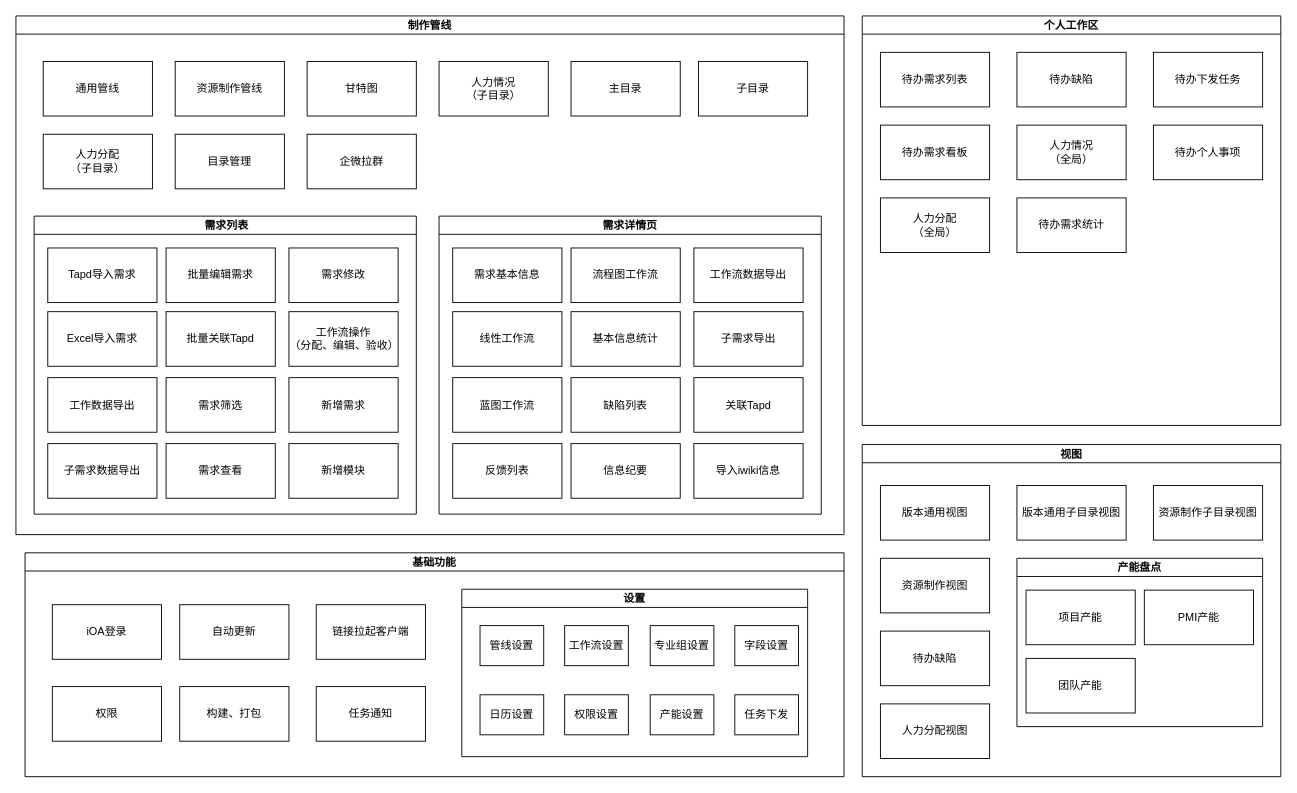
Before: 策行模块.drawio in liliang1213/diagram, a draw.io diagram. Source tidied: cells renumbered, new cells numbered last; positions are measured from the earlier drawing's top-left corner, leaving out a move shared by most shapes. Both pictures are drawn from the tidied source at 91%, with x=0, y=0 at pixel (15, 15).
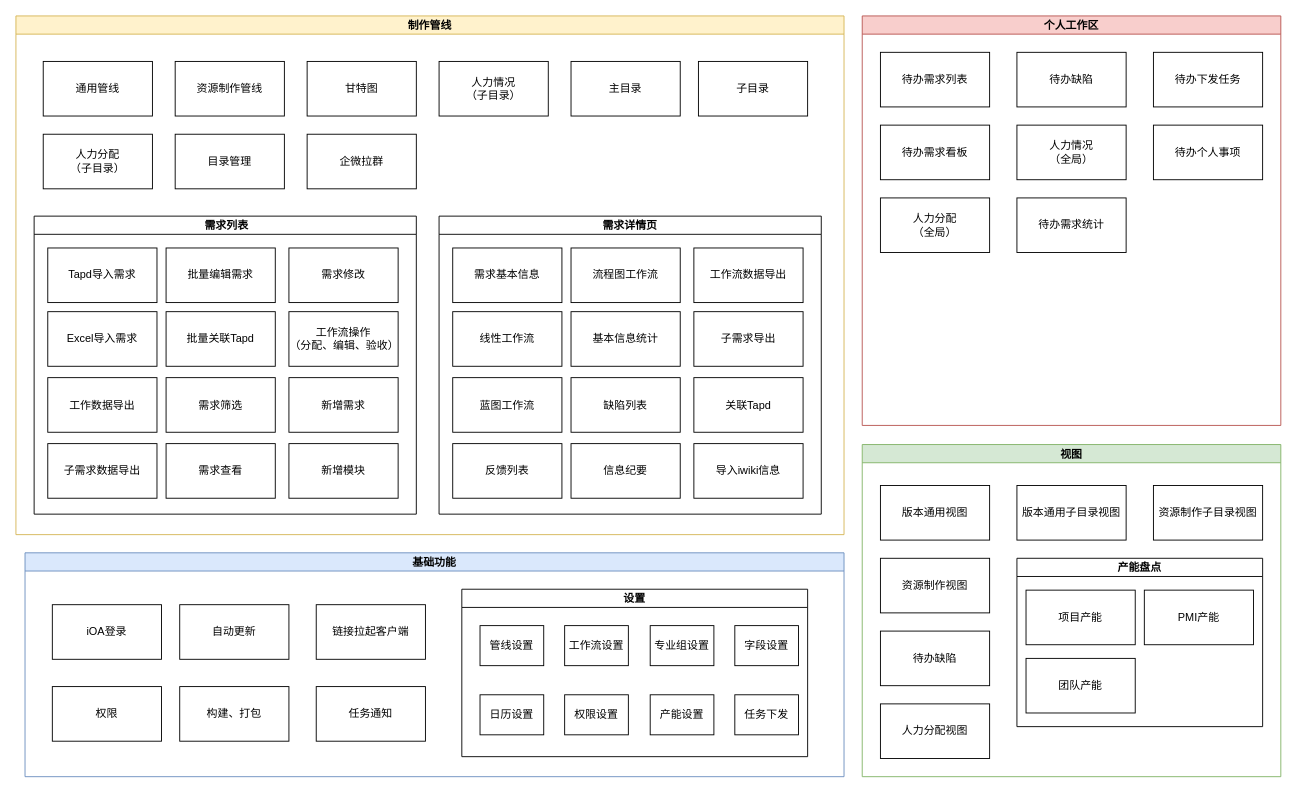
Above is the later version.

Commit message (it also covers changes not shown here):
更新策行模块.drawio

The edit, as a diff of the source:
```diff
@@
-    <mxCell id="2" value="个人工作区" style="swimlane;startSize=20;horizontal=1;containerType=tree;newEdgeStyle={&quot;edgeStyle&quot;:&quot;elbowEdgeStyle&quot;,&quot;startArrow&quot;:&quot;none&quot;,&quot;endArrow&quot;:&quot;none&quot;};" parent="1" vertex="1">
+    <mxCell id="2" value="个人工作区" style="swimlane;startSize=20;horizontal=1;containerType=tree;newEdgeStyle={&quot;edgeStyle&quot;:&quot;elbowEdgeStyle&quot;,&quot;startArrow&quot;:&quot;none&quot;,&quot;endArrow&quot;:&quot;none&quot;};fillColor=#f8cecc;strokeColor=#b85450;" parent="1" vertex="1">
       <mxGeometry x="930" width="460" height="450" as="geometry" />
     </mxCell>
@@
-    <mxCell id="11" value="制作管线" style="swimlane;startSize=20;horizontal=1;containerType=tree;newEdgeStyle={&quot;edgeStyle&quot;:&quot;elbowEdgeStyle&quot;,&quot;startArrow&quot;:&quot;none&quot;,&quot;endArrow&quot;:&quot;none&quot;};" parent="1" vertex="1">
+    <mxCell id="11" value="制作管线" style="swimlane;startSize=20;horizontal=1;containerType=tree;newEdgeStyle={&quot;edgeStyle&quot;:&quot;elbowEdgeStyle&quot;,&quot;startArrow&quot;:&quot;none&quot;,&quot;endArrow&quot;:&quot;none&quot;};fillColor=#fff2cc;strokeColor=#d6b656;" parent="1" vertex="1">
       <mxGeometry width="910" height="570" as="geometry" />
     </mxCell>
@@
-    <mxCell id="47" value="视图" style="swimlane;startSize=20;horizontal=1;containerType=tree;newEdgeStyle={&quot;edgeStyle&quot;:&quot;elbowEdgeStyle&quot;,&quot;startArrow&quot;:&quot;none&quot;,&quot;endArrow&quot;:&quot;none&quot;};" parent="1" vertex="1">
+    <mxCell id="47" value="视图" style="swimlane;startSize=20;horizontal=1;containerType=tree;newEdgeStyle={&quot;edgeStyle&quot;:&quot;elbowEdgeStyle&quot;,&quot;startArrow&quot;:&quot;none&quot;,&quot;endArrow&quot;:&quot;none&quot;};fillColor=#d5e8d4;strokeColor=#82b366;" parent="1" vertex="1">
       <mxGeometry x="930" y="471" width="460" height="365" as="geometry" />
     </mxCell>
@@
-    <mxCell id="58" value="基础功能" style="swimlane;startSize=20;horizontal=1;containerType=tree;newEdgeStyle={&quot;edgeStyle&quot;:&quot;elbowEdgeStyle&quot;,&quot;startArrow&quot;:&quot;none&quot;,&quot;endArrow&quot;:&quot;none&quot;};" parent="1" vertex="1">
+    <mxCell id="58" value="基础功能" style="swimlane;startSize=20;horizontal=1;containerType=tree;newEdgeStyle={&quot;edgeStyle&quot;:&quot;elbowEdgeStyle&quot;,&quot;startArrow&quot;:&quot;none&quot;,&quot;endArrow&quot;:&quot;none&quot;};fillColor=#dae8fc;strokeColor=#6c8ebf;" parent="1" vertex="1">
       <mxGeometry x="10" y="590" width="900" height="246" as="geometry" />
     </mxCell>
```
